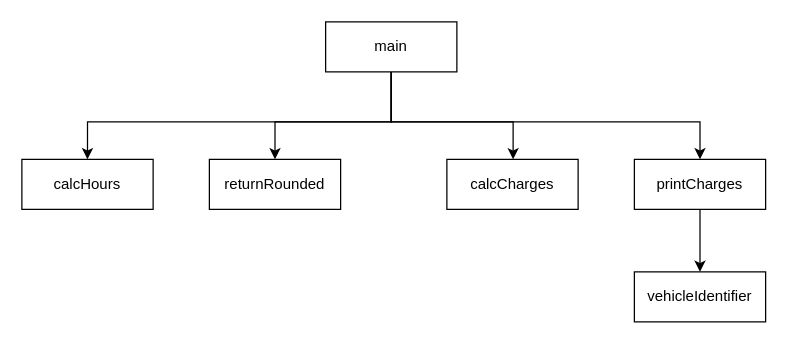
This is page "parking_fee" (4 of 4) of structure_charts.drawio from Jebbxrs/c_proj, a draw.io file, before an edit. Source tidied: cells renumbered, new cells numbered last; positions are measured from the earlier drawing's top-left corner, leaving out a move shared by most shapes. Both pictures are drawn from the tidied source at 125%, with x=0, y=0 at pixel (21, 21).
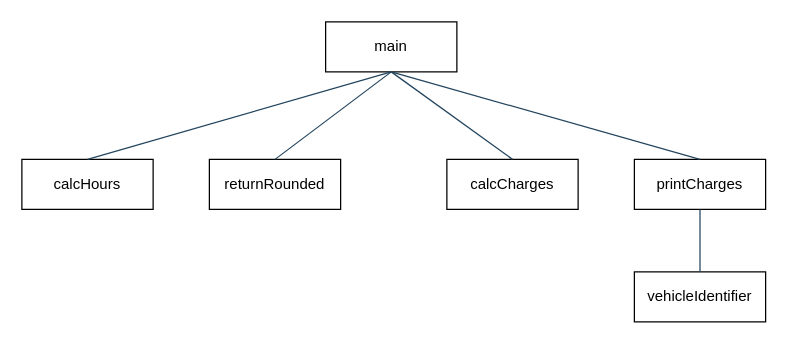
The same diagram, later.

The edit, as a diff of the source:
```diff
@@
 <mxGraphModel>
   <root>
     <mxCell id="0" />
     <mxCell id="1" parent="0" />
-    <mxCell id="2" style="edgeStyle=orthogonalEdgeStyle;rounded=0;jettySize=auto;html=1;entryX=0.5;entryY=0;entryDx=0;entryDy=0;" parent="1" edge="1" source="6" target="7">
-      <mxGeometry relative="1" as="geometry">
-        <Array as="points">
-          <mxPoint x="296" y="80" />
-          <mxPoint x="53" y="80" />
-        </Array>
-      </mxGeometry>
-    </mxCell>
-    <mxCell id="3" style="edgeStyle=orthogonalEdgeStyle;rounded=0;jettySize=auto;html=1;entryX=0.5;entryY=0;entryDx=0;entryDy=0;" parent="1" edge="1" source="6" target="8">
-      <mxGeometry relative="1" as="geometry">
-        <Array as="points">
-          <mxPoint x="296" y="80" />
-          <mxPoint x="203" y="80" />
-        </Array>
-      </mxGeometry>
-    </mxCell>
-    <mxCell id="4" style="edgeStyle=orthogonalEdgeStyle;rounded=0;jettySize=auto;html=1;" parent="1" edge="1" source="6" target="9">
-      <mxGeometry relative="1" as="geometry">
-        <Array as="points">
-          <mxPoint x="296" y="80" />
-          <mxPoint x="393" y="80" />
-        </Array>
-      </mxGeometry>
-    </mxCell>
-    <mxCell id="5" style="edgeStyle=orthogonalEdgeStyle;rounded=0;jettySize=auto;html=1;entryX=0.5;entryY=0;entryDx=0;entryDy=0;" parent="1" edge="1" source="6" target="11">
-      <mxGeometry relative="1" as="geometry">
-        <Array as="points">
-          <mxPoint x="296" y="80" />
-          <mxPoint x="543" y="80" />
-        </Array>
-      </mxGeometry>
-    </mxCell>
     <mxCell id="6" value="main" style="rounded=0;whiteSpace=wrap;html=1;" parent="1" vertex="1">
       <mxGeometry x="243" width="105" height="40" as="geometry" />
     </mxCell>
     <mxCell id="7" value="calcHours" style="rounded=0;whiteSpace=wrap;html=1;" parent="1" vertex="1">
       <mxGeometry y="110" width="105" height="40" as="geometry" />
     </mxCell>
     <mxCell id="8" value="returnRounded" style="rounded=0;whiteSpace=wrap;html=1;" parent="1" vertex="1">
       <mxGeometry x="150" y="110" width="105" height="40" as="geometry" />
     </mxCell>
     <mxCell id="9" value="calcCharges" style="rounded=0;whiteSpace=wrap;html=1;" parent="1" vertex="1">
       <mxGeometry x="340" y="110" width="105" height="40" as="geometry" />
     </mxCell>
-    <mxCell id="10" style="edgeStyle=orthogonalEdgeStyle;rounded=0;jettySize=auto;html=1;" parent="1" edge="1" source="11" target="12">
-      <mxGeometry relative="1" as="geometry" />
-    </mxCell>
     <mxCell id="11" value="printCharges" style="rounded=0;whiteSpace=wrap;html=1;" parent="1" vertex="1">
       <mxGeometry x="490" y="110" width="105" height="40" as="geometry" />
     </mxCell>
     <mxCell id="12" value="vehicleIdentifier" style="rounded=0;whiteSpace=wrap;html=1;" parent="1" vertex="1">
       <mxGeometry x="490" y="200" width="105" height="40" as="geometry" />
     </mxCell>
+    <mxCell id="13" style="endArrow=none;html=1;rounded=0;strokeColor=#23445D;entryX=0.5;entryY=1;entryDx=0;entryDy=0;exitX=0.5;exitY=0;exitDx=0;exitDy=0;" parent="1" edge="1" source="7" target="6">
+      <mxGeometry relative="1" as="geometry" />
+    </mxCell>
+    <mxCell id="14" style="endArrow=none;html=1;rounded=0;strokeColor=#23445D;entryX=0.5;entryY=1;entryDx=0;entryDy=0;exitX=0.5;exitY=0;exitDx=0;exitDy=0;" parent="1" edge="1" source="8" target="6">
+      <mxGeometry relative="1" as="geometry" />
+    </mxCell>
+    <mxCell id="15" style="endArrow=none;html=1;rounded=0;strokeColor=#23445D;entryX=0.5;entryY=1;entryDx=0;entryDy=0;exitX=0.5;exitY=0;exitDx=0;exitDy=0;" parent="1" edge="1" source="9" target="6">
+      <mxGeometry relative="1" as="geometry" />
+    </mxCell>
+    <mxCell id="16" style="endArrow=none;html=1;rounded=0;strokeColor=#23445D;exitX=0.5;exitY=0;exitDx=0;exitDy=0;entryX=0.5;entryY=1;entryDx=0;entryDy=0;" parent="1" edge="1" source="11" target="6">
+      <mxGeometry relative="1" as="geometry" />
+    </mxCell>
+    <mxCell id="17" style="endArrow=none;html=1;rounded=0;strokeColor=#23445D;entryX=0.5;entryY=1;entryDx=0;entryDy=0;exitX=0.5;exitY=0;exitDx=0;exitDy=0;" parent="1" edge="1" source="12" target="11">
+      <mxGeometry relative="1" as="geometry" />
+    </mxCell>
   </root>
 </mxGraphModel>
```
